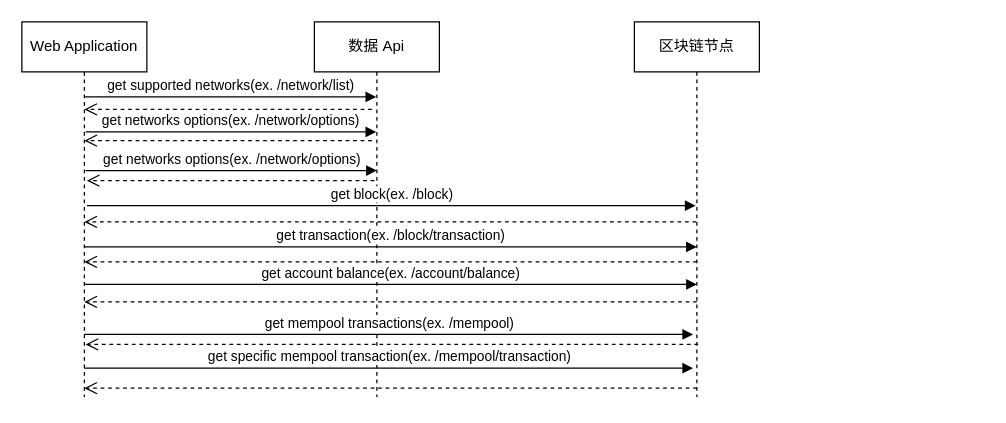
Before: api_spec.drawio in chixiaowen/drawio, a draw.io diagram. Source tidied: cells renumbered, new cells numbered last; positions are measured from the earlier drawing's top-left corner, leaving out a move shared by most shapes. Both pictures are drawn from the tidied source at 125%, with x=0, y=0 at pixel (21, 21).
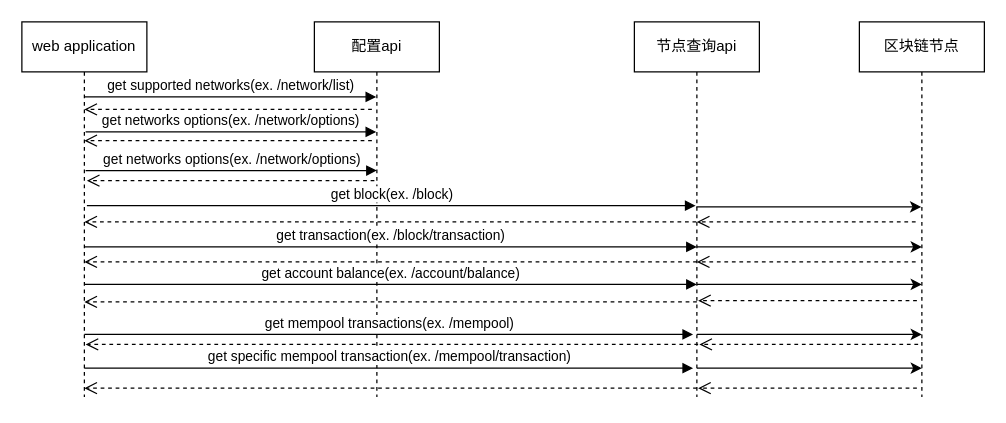
The same page after the edit.

The edit, as a diff of the source:
```diff
@@
-    <mxCell id="2" value="Web Application" style="shape=umlLifeline;perimeter=lifelinePerimeter;whiteSpace=wrap;html=1;newEdgeStyle={&quot;edgeStyle&quot;:&quot;elbowEdgeStyle&quot;,&quot;elbow&quot;:&quot;vertical&quot;,&quot;curved&quot;:0,&quot;rounded&quot;:0};" parent="1" vertex="1">
+    <mxCell id="2" value="web application" style="shape=umlLifeline;perimeter=lifelinePerimeter;whiteSpace=wrap;html=1;newEdgeStyle={&quot;edgeStyle&quot;:&quot;elbowEdgeStyle&quot;,&quot;elbow&quot;:&quot;vertical&quot;,&quot;curved&quot;:0,&quot;rounded&quot;:0};" parent="1" vertex="1">
       <mxGeometry width="100" height="300" as="geometry" />
     </mxCell>
-    <mxCell id="3" value="数据 Api" style="shape=umlLifeline;perimeter=lifelinePerimeter;whiteSpace=wrap;html=1;outlineConnect=0;portConstraint=eastwest;newEdgeStyle={&quot;edgeStyle&quot;:&quot;elbowEdgeStyle&quot;,&quot;elbow&quot;:&quot;vertical&quot;,&quot;curved&quot;:0,&quot;rounded&quot;:0};" parent="1" vertex="1">
+    <mxCell id="3" value="配置api" style="shape=umlLifeline;perimeter=lifelinePerimeter;whiteSpace=wrap;html=1;outlineConnect=0;portConstraint=eastwest;newEdgeStyle={&quot;edgeStyle&quot;:&quot;elbowEdgeStyle&quot;,&quot;elbow&quot;:&quot;vertical&quot;,&quot;curved&quot;:0,&quot;rounded&quot;:0};" parent="1" vertex="1">
       <mxGeometry x="234" width="100" height="300" as="geometry" />
     </mxCell>
@@
+    <mxCell id="21" style="edgeStyle=elbowEdgeStyle;rounded=0;orthogonalLoop=1;jettySize=auto;html=1;elbow=vertical;curved=0;" parent="1" edge="1">
+      <mxGeometry relative="1" as="geometry">
+        <mxPoint x="539.5" y="148" as="sourcePoint" />
+        <mxPoint x="719.5" y="148" as="targetPoint" />
+      </mxGeometry>
+    </mxCell>
-    <mxCell id="7" value="区块链节点" style="shape=umlLifeline;perimeter=lifelinePerimeter;whiteSpace=wrap;html=1;outlineConnect=0;portConstraint=eastwest;newEdgeStyle={&quot;edgeStyle&quot;:&quot;elbowEdgeStyle&quot;,&quot;elbow&quot;:&quot;vertical&quot;,&quot;curved&quot;:0,&quot;rounded&quot;:0};" parent="1" vertex="1">
+    <mxCell id="7" value="节点查询api" style="shape=umlLifeline;perimeter=lifelinePerimeter;whiteSpace=wrap;html=1;outlineConnect=0;portConstraint=eastwest;newEdgeStyle={&quot;edgeStyle&quot;:&quot;elbowEdgeStyle&quot;,&quot;elbow&quot;:&quot;vertical&quot;,&quot;curved&quot;:0,&quot;rounded&quot;:0};" parent="1" vertex="1">
       <mxGeometry x="490" width="100" height="300" as="geometry" />
     </mxCell>
@@
+    <mxCell id="22" value="区块链节点" style="shape=umlLifeline;perimeter=lifelinePerimeter;whiteSpace=wrap;html=1;newEdgeStyle={&quot;edgeStyle&quot;:&quot;elbowEdgeStyle&quot;,&quot;elbow&quot;:&quot;vertical&quot;,&quot;curved&quot;:0,&quot;rounded&quot;:0};" parent="1" vertex="1">
+      <mxGeometry x="670" width="100" height="300" as="geometry" />
+    </mxCell>
+    <mxCell id="23" style="edgeStyle=elbowEdgeStyle;rounded=0;orthogonalLoop=1;jettySize=auto;html=1;elbow=vertical;curved=0;" parent="1" edge="1">
+      <mxGeometry relative="1" as="geometry">
+        <mxPoint x="540" y="180" as="sourcePoint" />
+        <mxPoint x="720" y="180" as="targetPoint" />
+      </mxGeometry>
+    </mxCell>
+    <mxCell id="24" style="edgeStyle=elbowEdgeStyle;rounded=0;orthogonalLoop=1;jettySize=auto;html=1;elbow=vertical;curved=0;" parent="1" edge="1">
+      <mxGeometry relative="1" as="geometry">
+        <mxPoint x="540" y="210" as="sourcePoint" />
+        <mxPoint x="720" y="210" as="targetPoint" />
+      </mxGeometry>
+    </mxCell>
+    <mxCell id="25" style="edgeStyle=elbowEdgeStyle;rounded=0;orthogonalLoop=1;jettySize=auto;html=1;elbow=vertical;curved=0;" parent="1" edge="1">
+      <mxGeometry relative="1" as="geometry">
+        <mxPoint x="540" y="250" as="sourcePoint" />
+        <mxPoint x="720" y="250" as="targetPoint" />
+      </mxGeometry>
+    </mxCell>
+    <mxCell id="26" style="edgeStyle=elbowEdgeStyle;rounded=0;orthogonalLoop=1;jettySize=auto;html=1;elbow=vertical;curved=0;" parent="1" edge="1">
+      <mxGeometry relative="1" as="geometry">
+        <mxPoint x="540" y="277" as="sourcePoint" />
+        <mxPoint x="720" y="277" as="targetPoint" />
+      </mxGeometry>
+    </mxCell>
+    <mxCell id="27" style="html=1;verticalAlign=bottom;endArrow=open;dashed=1;endSize=8;edgeStyle=elbowEdgeStyle;elbow=vertical;curved=0;rounded=0;" parent="1" edge="1">
+      <mxGeometry relative="1" as="geometry">
+        <mxPoint x="715" y="160" as="sourcePoint" />
+        <mxPoint x="540" y="160" as="targetPoint" />
+      </mxGeometry>
+    </mxCell>
+    <mxCell id="28" style="html=1;verticalAlign=bottom;endArrow=open;dashed=1;endSize=8;edgeStyle=elbowEdgeStyle;elbow=vertical;curved=0;rounded=0;" parent="1" edge="1">
+      <mxGeometry relative="1" as="geometry">
+        <mxPoint x="715" y="192" as="sourcePoint" />
+        <mxPoint x="540" y="192" as="targetPoint" />
+      </mxGeometry>
+    </mxCell>
+    <mxCell id="29" style="html=1;verticalAlign=bottom;endArrow=open;dashed=1;endSize=8;edgeStyle=elbowEdgeStyle;elbow=vertical;curved=0;rounded=0;" parent="1" edge="1">
+      <mxGeometry relative="1" as="geometry">
+        <mxPoint x="716" y="223" as="sourcePoint" />
+        <mxPoint x="541" y="223" as="targetPoint" />
+      </mxGeometry>
+    </mxCell>
+    <mxCell id="30" style="html=1;verticalAlign=bottom;endArrow=open;dashed=1;endSize=8;edgeStyle=elbowEdgeStyle;elbow=vertical;curved=0;rounded=0;" parent="1" edge="1">
+      <mxGeometry relative="1" as="geometry">
+        <mxPoint x="717" y="258" as="sourcePoint" />
+        <mxPoint x="542" y="258" as="targetPoint" />
+      </mxGeometry>
+    </mxCell>
+    <mxCell id="31" style="html=1;verticalAlign=bottom;endArrow=open;dashed=1;endSize=8;edgeStyle=elbowEdgeStyle;elbow=vertical;curved=0;rounded=0;" parent="1" edge="1">
+      <mxGeometry relative="1" as="geometry">
+        <mxPoint x="716" y="293" as="sourcePoint" />
+        <mxPoint x="541" y="293" as="targetPoint" />
+      </mxGeometry>
+    </mxCell>
```
